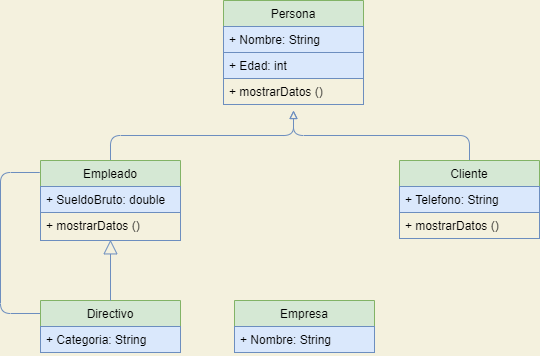
Earlier version of the draw.io export practicaExamen.png (CrisBlaMar/DiagramaUML). Source tidied: cells renumbered, new cells last; positions are measured from the earlier drawing's top-left corner, leaving out a move shared by most shapes. The source it was exported from:
```xml
<mxGraphModel background="#F4F1DE">
  <root>
    <mxCell id="0" />
    <mxCell id="1" parent="0" />
    <mxCell id="2" value="Persona" style="swimlane;fontStyle=0;horizontal=1;startSize=26;fillColor=#d5e8d4;rounded=0;sketch=0;strokeColor=#82b366;" parent="1" vertex="1">
      <mxGeometry x="223" width="140" height="104" as="geometry" />
    </mxCell>
    <mxCell id="3" value="+ Nombre: String" style="text;strokeColor=#6c8ebf;fillColor=#dae8fc;align=left;verticalAlign=top;spacingLeft=4;spacingRight=4;overflow=hidden;" parent="2" vertex="1">
      <mxGeometry y="26" width="140" height="26" as="geometry" />
    </mxCell>
    <mxCell id="4" value="+ Edad: int" style="text;strokeColor=#6c8ebf;fillColor=#dae8fc;align=left;verticalAlign=top;spacingLeft=4;spacingRight=4;overflow=hidden;" parent="2" vertex="1">
      <mxGeometry y="52" width="140" height="26" as="geometry" />
    </mxCell>
    <mxCell id="5" value="+ mostrarDatos ()" style="text;strokeColor=#6c8ebf;align=left;verticalAlign=top;spacingLeft=4;spacingRight=4;overflow=hidden;" parent="2" vertex="1">
      <mxGeometry y="78" width="140" height="26" as="geometry" />
    </mxCell>
    <mxCell id="6" style="edgeStyle=orthogonalEdgeStyle;curved=0;rounded=1;sketch=0;jettySize=auto;html=1;exitX=0.5;exitY=0;exitDx=0;exitDy=0;strokeColor=#6c8ebf;fillColor=#dae8fc;fontColor=#393C56;endArrow=block;endFill=0;" parent="1" edge="1" source="7">
      <mxGeometry relative="1" as="geometry">
        <mxPoint x="293" y="110" as="targetPoint" />
      </mxGeometry>
    </mxCell>
    <mxCell id="7" value="Cliente" style="swimlane;fontStyle=0;horizontal=1;startSize=26;fillColor=#d5e8d4;rounded=0;sketch=0;strokeColor=#82b366;" parent="1" vertex="1">
      <mxGeometry x="399" y="160" width="140" height="78" as="geometry" />
    </mxCell>
    <mxCell id="8" value="+ Telefono: String" style="text;strokeColor=#6c8ebf;fillColor=#dae8fc;align=left;verticalAlign=top;spacingLeft=4;spacingRight=4;overflow=hidden;" parent="7" vertex="1">
      <mxGeometry y="26" width="140" height="26" as="geometry" />
    </mxCell>
    <mxCell id="9" value="+ mostrarDatos ()" style="text;strokeColor=#6c8ebf;align=left;verticalAlign=top;spacingLeft=4;spacingRight=4;overflow=hidden;points=[[0,0.5],[1,0.5]];portConstraint=eastwest;" parent="7" vertex="1">
      <mxGeometry y="52" width="140" height="26" as="geometry" />
    </mxCell>
    <mxCell id="10" style="edgeStyle=orthogonalEdgeStyle;curved=0;rounded=1;sketch=0;jettySize=auto;html=1;exitX=0.5;exitY=0;exitDx=0;exitDy=0;fontColor=#393C56;endArrow=block;endFill=0;fillColor=#dae8fc;strokeColor=#6c8ebf;" parent="1" edge="1" source="11">
      <mxGeometry relative="1" as="geometry">
        <mxPoint x="293" y="110" as="targetPoint" />
      </mxGeometry>
    </mxCell>
    <mxCell id="11" value="Empleado" style="swimlane;fontStyle=0;horizontal=1;startSize=26;fillColor=#d5e8d4;rounded=0;sketch=0;strokeColor=#82b366;" parent="1" vertex="1">
      <mxGeometry x="40" y="160" width="140" height="80" as="geometry" />
    </mxCell>
    <mxCell id="12" value="+ SueldoBruto: double" style="text;strokeColor=#6c8ebf;fillColor=#dae8fc;align=left;verticalAlign=top;spacingLeft=4;spacingRight=4;overflow=hidden;" parent="11" vertex="1">
      <mxGeometry y="26" width="140" height="26" as="geometry" />
    </mxCell>
    <mxCell id="13" value="+ mostrarDatos ()" style="text;strokeColor=#6c8ebf;align=left;verticalAlign=top;spacingLeft=4;spacingRight=4;overflow=hidden;points=[[0,0.5],[1,0.5]];portConstraint=eastwest;" parent="11" vertex="1">
      <mxGeometry y="52" width="140" height="28" as="geometry" />
    </mxCell>
    <mxCell id="14" style="edgeStyle=orthogonalEdgeStyle;curved=0;rounded=1;sketch=0;jettySize=auto;html=1;exitX=0;exitY=0.25;exitDx=0;exitDy=0;entryX=-0.005;entryY=0.15;entryDx=0;entryDy=0;entryPerimeter=0;endArrow=none;endFill=0;strokeColor=#6c8ebf;fillColor=#dae8fc;fontColor=#393C56;" parent="1" edge="1" source="15" target="11">
      <mxGeometry relative="1" as="geometry">
        <Array as="points">
          <mxPoint y="313" />
          <mxPoint y="172" />
        </Array>
      </mxGeometry>
    </mxCell>
    <mxCell id="15" value="Directivo" style="swimlane;fontStyle=0;horizontal=1;startSize=26;fillColor=#d5e8d4;rounded=0;sketch=0;strokeColor=#82b366;" parent="1" vertex="1">
      <mxGeometry x="40" y="300" width="140" height="52" as="geometry" />
    </mxCell>
    <mxCell id="16" value="+ Categoria: String" style="text;strokeColor=#6c8ebf;fillColor=#dae8fc;align=left;verticalAlign=top;spacingLeft=4;spacingRight=4;overflow=hidden;" parent="15" vertex="1">
      <mxGeometry y="26" width="140" height="26" as="geometry" />
    </mxCell>
    <mxCell id="17" style="endArrow=block;endFill=0;endSize=12;html=1;strokeColor=#6c8ebf;fillColor=#dae8fc;fontColor=#393C56;exitX=0.5;exitY=0;exitDx=0;exitDy=0;entryX=0.5;entryY=0.976;entryDx=0;entryDy=0;entryPerimeter=0;" parent="1" edge="1" source="15" target="13">
      <mxGeometry relative="1" as="geometry" />
    </mxCell>
    <mxCell id="18" value="Empresa" style="swimlane;fontStyle=0;horizontal=1;startSize=26;fillColor=#d5e8d4;rounded=0;sketch=0;strokeColor=#82b366;" parent="1" vertex="1">
      <mxGeometry x="234" y="300" width="140" height="52" as="geometry" />
    </mxCell>
    <mxCell id="19" value="+ Nombre: String" style="text;strokeColor=#6c8ebf;fillColor=#dae8fc;align=left;verticalAlign=top;spacingLeft=4;spacingRight=4;overflow=hidden;" parent="18" vertex="1">
      <mxGeometry y="26" width="140" height="26" as="geometry" />
    </mxCell>
  </root>
</mxGraphModel>
```
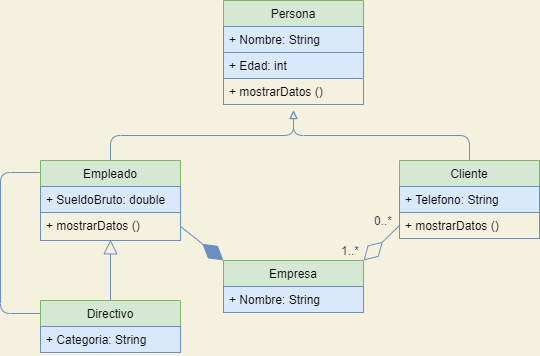
After the change.

The edit, as a diff of the source:
```diff
@@ -60,10 +60,22 @@
       <mxGeometry relative="1" as="geometry" />
     </mxCell>
     <mxCell id="18" value="Empresa" style="swimlane;fontStyle=0;horizontal=1;startSize=26;fillColor=#d5e8d4;rounded=0;sketch=0;strokeColor=#82b366;" parent="1" vertex="1">
-      <mxGeometry x="234" y="300" width="140" height="52" as="geometry" />
+      <mxGeometry x="223" y="260" width="140" height="52" as="geometry" />
     </mxCell>
     <mxCell id="19" value="+ Nombre: String" style="text;strokeColor=#6c8ebf;fillColor=#dae8fc;align=left;verticalAlign=top;spacingLeft=4;spacingRight=4;overflow=hidden;" parent="18" vertex="1">
       <mxGeometry y="26" width="140" height="26" as="geometry" />
     </mxCell>
+    <mxCell id="20" style="endArrow=diamondThin;endFill=0;endSize=24;html=1;strokeColor=#6c8ebf;fillColor=#dae8fc;fontColor=#393C56;exitX=0;exitY=0.5;exitDx=0;exitDy=0;entryX=1;entryY=0;entryDx=0;entryDy=0;" parent="1" edge="1" source="9" target="18">
+      <mxGeometry relative="1" as="geometry" />
+    </mxCell>
+    <mxCell id="21" style="endArrow=diamondThin;endFill=1;endSize=24;html=1;strokeColor=#6c8ebf;fillColor=#dae8fc;fontColor=#393C56;exitX=1;exitY=0.5;exitDx=0;exitDy=0;entryX=0;entryY=0;entryDx=0;entryDy=0;" parent="1" edge="1" source="13" target="18">
+      <mxGeometry relative="1" as="geometry" />
+    </mxCell>
+    <mxCell id="22" value="0..*" style="text;html=1;strokeColor=none;fillColor=none;align=center;verticalAlign=middle;whiteSpace=wrap;rounded=0;sketch=0;fontColor=#393C56;" parent="1" vertex="1">
+      <mxGeometry x="363" y="210" width="40" height="20" as="geometry" />
+    </mxCell>
+    <mxCell id="23" value="1..*" style="text;html=1;strokeColor=none;fillColor=none;align=center;verticalAlign=middle;whiteSpace=wrap;rounded=0;sketch=0;fontColor=#393C56;" parent="1" vertex="1">
+      <mxGeometry x="330" y="240" width="40" height="20" as="geometry" />
+    </mxCell>
   </root>
 </mxGraphModel>
```
